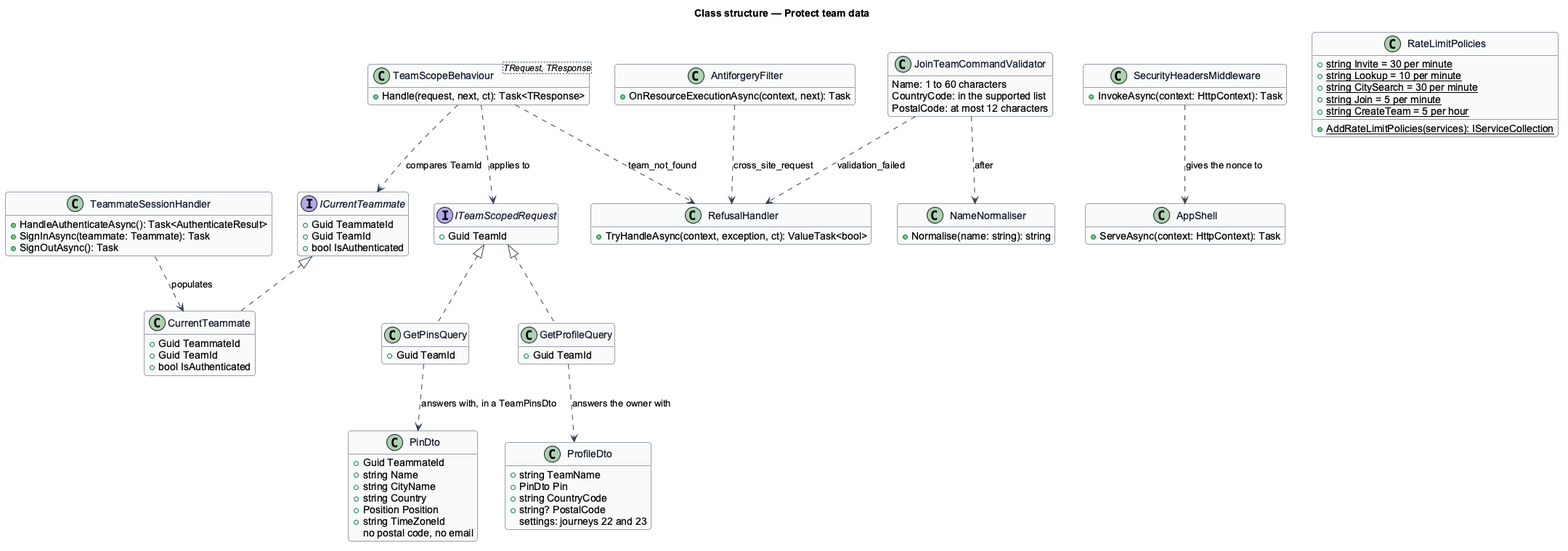
Above: docs/detailed-designs/platform/protect-team-data/diagrams/class-structure.png in QuinntyneBrown/Mondino (PlantUML), before the change.
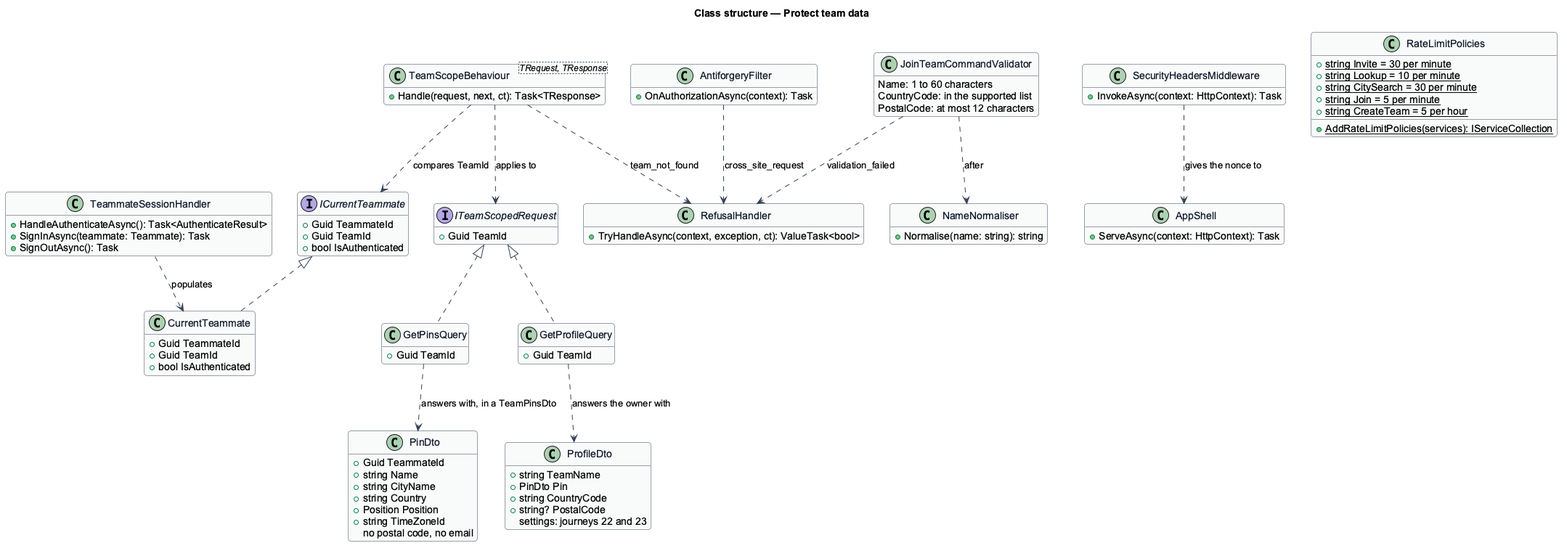
After the change.

What changed in the source:
```diff
@@ -39,7 +39,7 @@
 }
 
 class AntiforgeryFilter {
-  +OnResourceExecutionAsync(context, next): Task
+  +OnAuthorizationAsync(context): Task
 }
 
 class AppShell {
```
